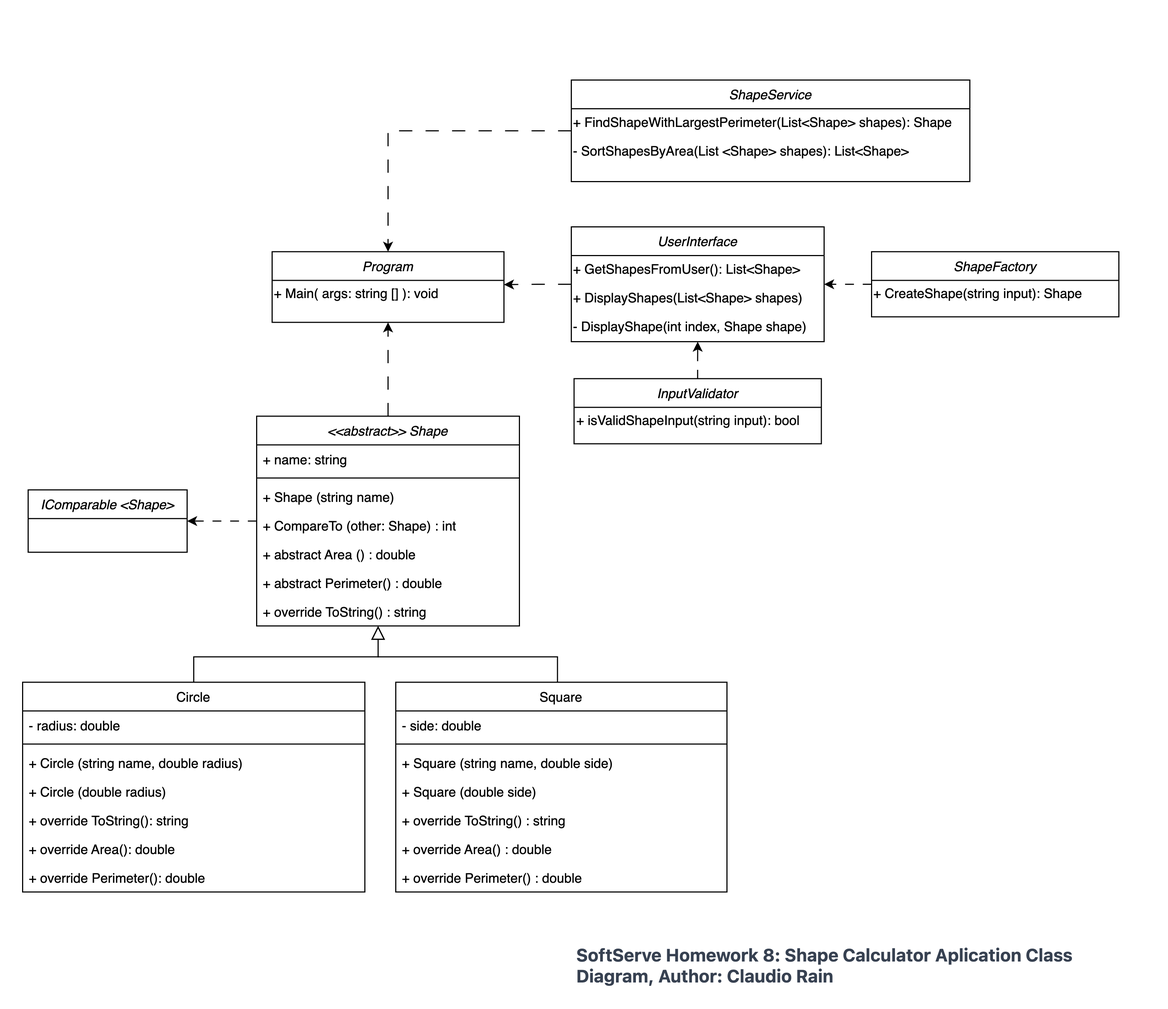
Before: Homework-8/Homework-8-Class-Diagram.png, a diagram exported from draw.io (DonSaul/CLPLDOTNETTASKS). Source tidied: cells renumbered, new cells last; positions are measured from the earlier drawing's top-left corner, leaving out a move shared by most shapes.
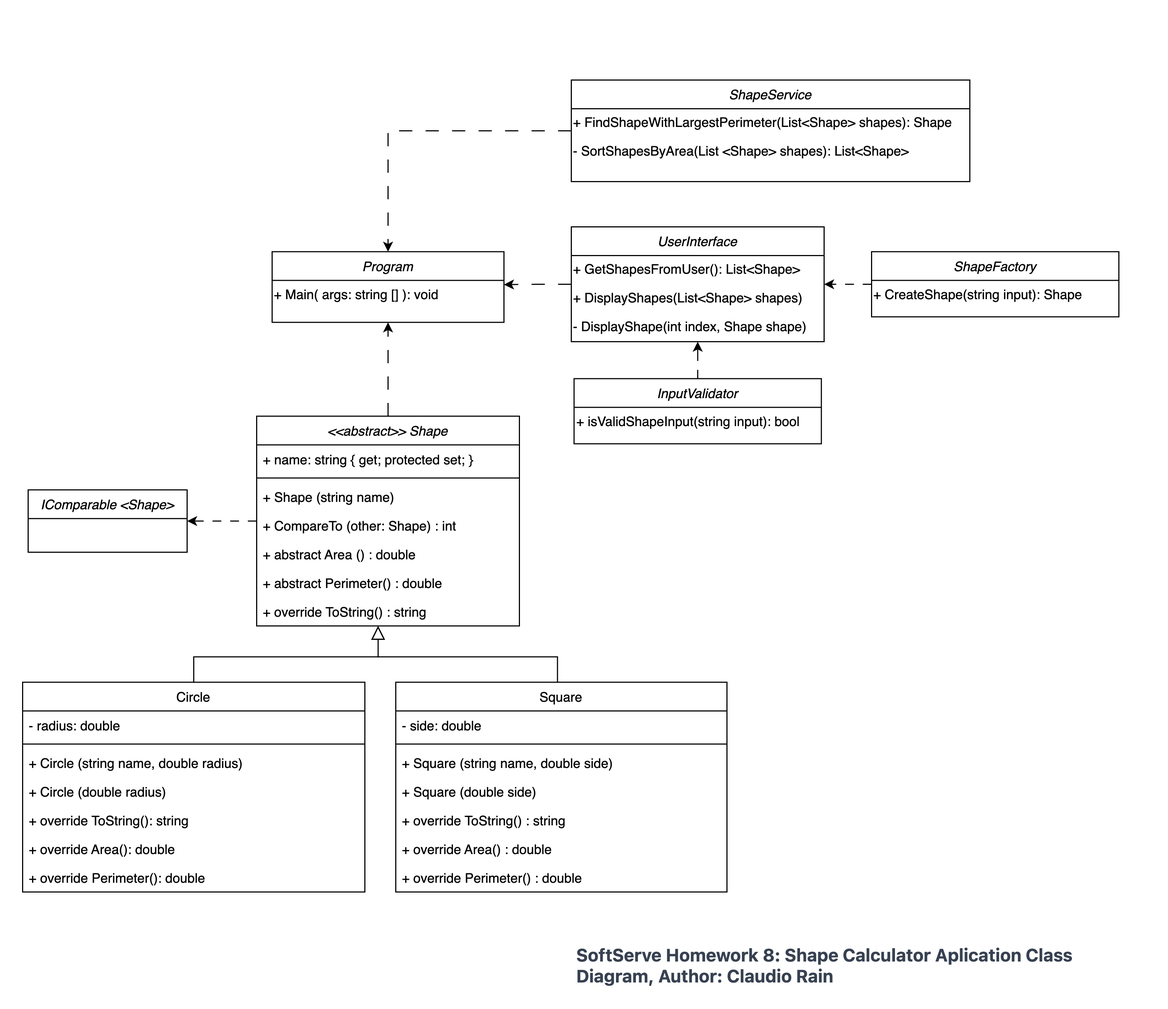
After the change.

The edit, as a diff of the source:
```diff
@@ -11,7 +11,7 @@
     <mxCell id="4" value="&lt;&lt;abstract&gt;&gt; Shape" style="swimlane;fontStyle=2;align=center;verticalAlign=top;horizontal=1;startSize=26;rounded=0;shadow=0;strokeWidth=1;" parent="1" vertex="1">
       <mxGeometry x="232" y="376.5" width="238" height="190" as="geometry" />
     </mxCell>
-    <mxCell id="5" value="+ name: string" style="text;align=left;verticalAlign=top;spacingLeft=4;spacingRight=4;overflow=hidden;" parent="4" vertex="1">
+    <mxCell id="5" value="+ name: string { get; protected set; }" style="text;align=left;verticalAlign=top;spacingLeft=4;spacingRight=4;overflow=hidden;" parent="4" vertex="1">
       <mxGeometry y="26" width="238" height="26" as="geometry" />
     </mxCell>
     <mxCell id="6" style="line;html=1;strokeWidth=1;align=left;verticalAlign=middle;spacingTop=-1;spacingLeft=3;spacingRight=3;labelPosition=right;" parent="4" vertex="1">
```
